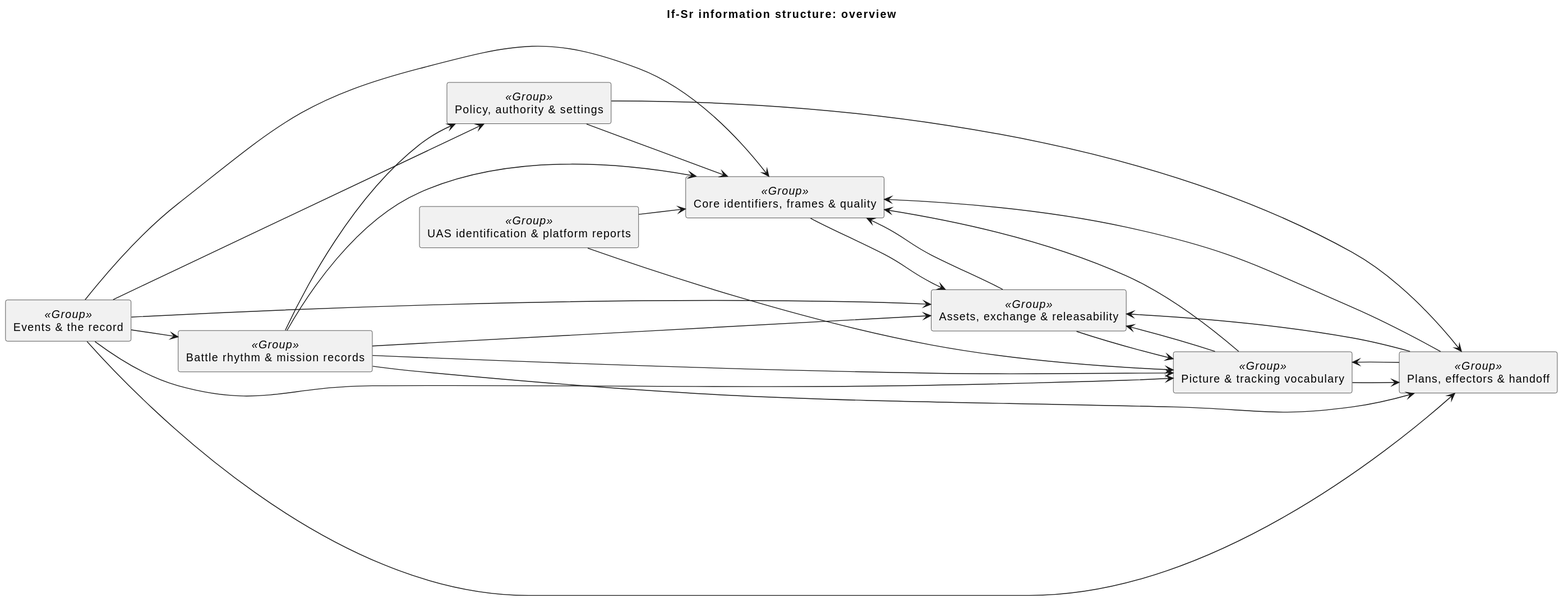
Above: docs/architecture/uaf/rendered/information/If-Sr-overview.svg in WayneRoessling/gungnir (PlantUML), before the change.
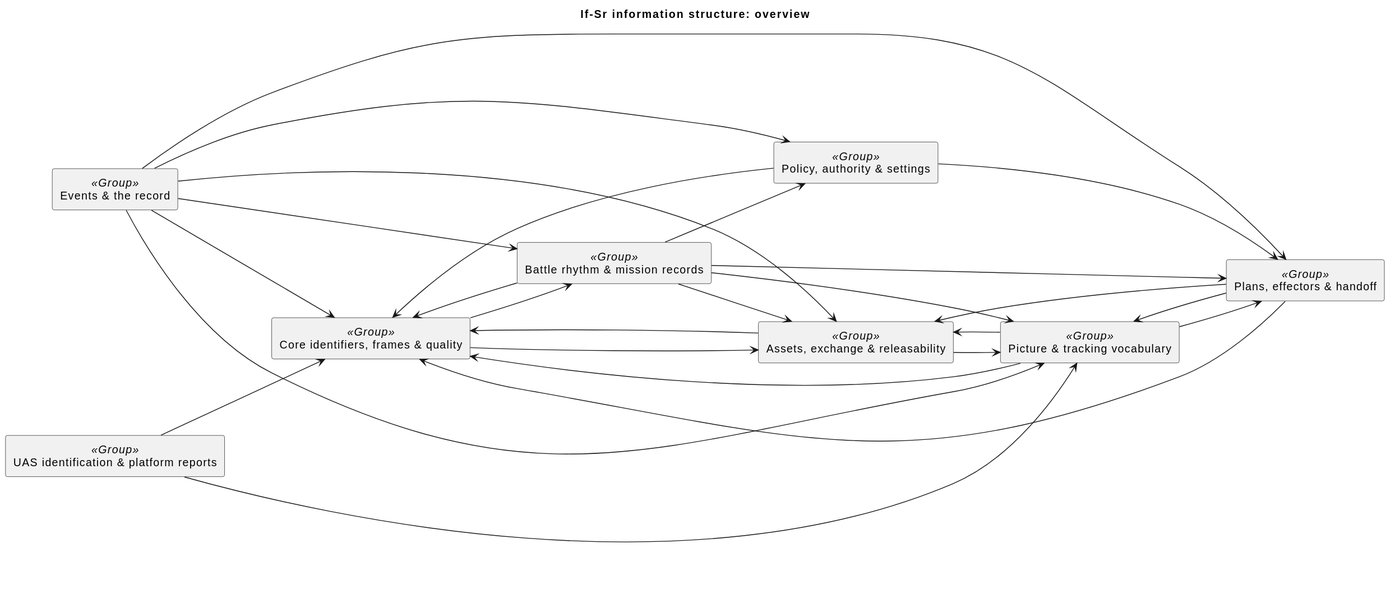
Above is the later version.

The edit, as a diff of the source:
```diff
@@ -29,6 +29,7 @@
 picture_tracking_vocabulary --> plans_effectors_handoff
 policy_authority_settings --> plans_effectors_handoff
 core_identifiers_frames_quality --> assets_exchange_releasability
+core_identifiers_frames_quality --> battle_rhythm_mission_records
 battle_rhythm_mission_records --> assets_exchange_releasability
 uas_identification_platform_reports --> picture_tracking_vocabulary
 uas_identification_platform_reports --> core_identifiers_frames_quality
```
